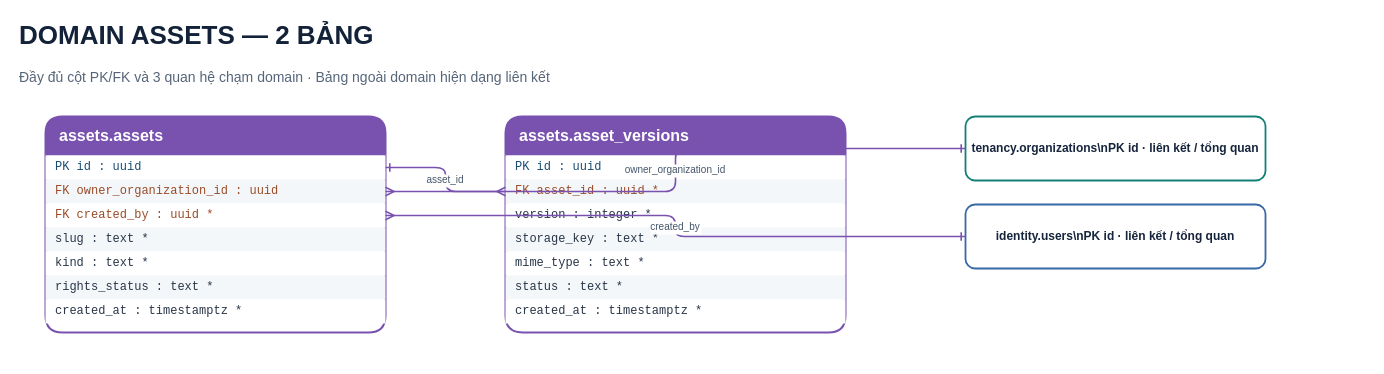
Earlier version of the draw.io diagram page "Domain · assets" (5 of 39) of docs/database/diagrams/Board_Game_Universe_Database_P0_Editable.drawio (quanpl86/Board-Game-Project). Source tidied: cells renumbered, new cells numbered last; positions are measured from the earlier drawing's top-left corner, leaving out a move shared by most shapes. Both pictures are drawn from the tidied source at 100%, with x=0, y=0 at pixel (17, 17).
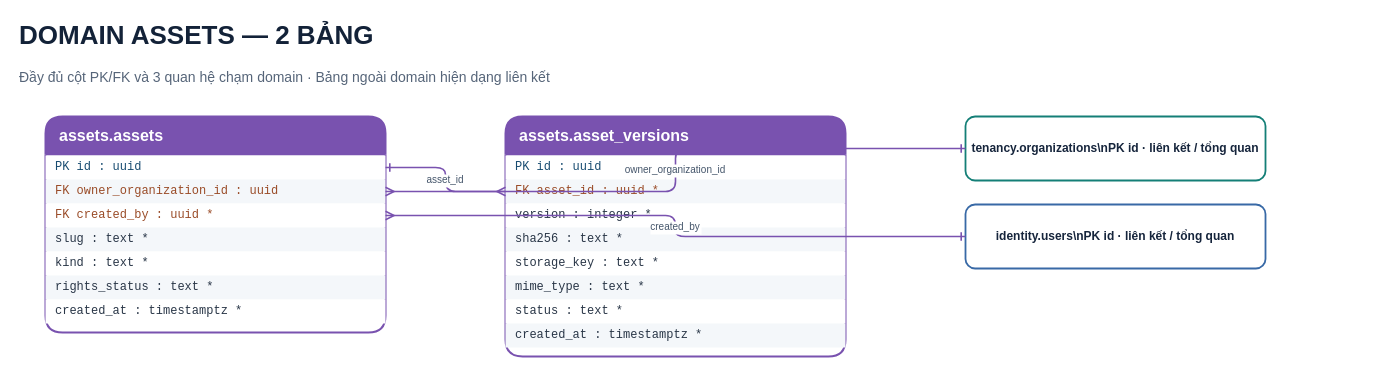
The same diagram, later.

Diff of the diagram source:
```diff
@@
     <mxCell id="12" value="assets.asset_versions" style="swimlane;horizontal=1;startSize=38;rounded=1;whiteSpace=wrap;html=0;fillColor=#7952AF;swimlaneFillColor=#FFFFFF;strokeColor=#7952AF;strokeWidth=2;fontSize=16;fontStyle=1;fontColor=#FFFFFF;align=left;spacingLeft=12;" parent="1" vertex="1">
-      <mxGeometry x="488" y="99" width="340" height="216" as="geometry" />
+      <mxGeometry x="488" y="99" width="340" height="240" as="geometry" />
     </mxCell>
@@
+    <mxCell id="25" value="    sha256 : text *" style="text;html=0;whiteSpace=wrap;overflow=hidden;align=left;verticalAlign=middle;fontFamily=Consolas;fontSize=12;fontColor=#293647;fillColor=#F4F7FA;spacingLeft=8;" parent="12" vertex="1">
+      <mxGeometry y="111" width="340" height="24" as="geometry" />
+    </mxCell>
-    <mxCell id="16" value="    storage_key : text *" style="text;html=0;whiteSpace=wrap;overflow=hidden;align=left;verticalAlign=middle;fontFamily=Consolas;fontSize=12;fontColor=#293647;fillColor=#F4F7FA;spacingLeft=8;" parent="12" vertex="1">
-      <mxGeometry y="111" width="340" height="24" as="geometry" />
+    <mxCell id="16" value="    storage_key : text *" style="text;html=0;whiteSpace=wrap;overflow=hidden;align=left;verticalAlign=middle;fontFamily=Consolas;fontSize=12;fontColor=#293647;fillColor=#FFFFFF;spacingLeft=8;" parent="12" vertex="1">
+      <mxGeometry y="135" width="340" height="24" as="geometry" />
     </mxCell>
-    <mxCell id="17" value="    mime_type : text *" style="text;html=0;whiteSpace=wrap;overflow=hidden;align=left;verticalAlign=middle;fontFamily=Consolas;fontSize=12;fontColor=#293647;fillColor=#FFFFFF;spacingLeft=8;" parent="12" vertex="1">
-      <mxGeometry y="135" width="340" height="24" as="geometry" />
+    <mxCell id="17" value="    mime_type : text *" style="text;html=0;whiteSpace=wrap;overflow=hidden;align=left;verticalAlign=middle;fontFamily=Consolas;fontSize=12;fontColor=#293647;fillColor=#F4F7FA;spacingLeft=8;" parent="12" vertex="1">
+      <mxGeometry y="159" width="340" height="24" as="geometry" />
     </mxCell>
-    <mxCell id="18" value="    status : text *" style="text;html=0;whiteSpace=wrap;overflow=hidden;align=left;verticalAlign=middle;fontFamily=Consolas;fontSize=12;fontColor=#293647;fillColor=#F4F7FA;spacingLeft=8;" parent="12" vertex="1">
-      <mxGeometry y="159" width="340" height="24" as="geometry" />
+    <mxCell id="18" value="    status : text *" style="text;html=0;whiteSpace=wrap;overflow=hidden;align=left;verticalAlign=middle;fontFamily=Consolas;fontSize=12;fontColor=#293647;fillColor=#FFFFFF;spacingLeft=8;" parent="12" vertex="1">
+      <mxGeometry y="183" width="340" height="24" as="geometry" />
     </mxCell>
-    <mxCell id="19" value="    created_at : timestamptz *" style="text;html=0;whiteSpace=wrap;overflow=hidden;align=left;verticalAlign=middle;fontFamily=Consolas;fontSize=12;fontColor=#293647;fillColor=#FFFFFF;spacingLeft=8;" parent="12" vertex="1">
-      <mxGeometry y="183" width="340" height="24" as="geometry" />
+    <mxCell id="19" value="    created_at : timestamptz *" style="text;html=0;whiteSpace=wrap;overflow=hidden;align=left;verticalAlign=middle;fontFamily=Consolas;fontSize=12;fontColor=#293647;fillColor=#F4F7FA;spacingLeft=8;" parent="12" vertex="1">
+      <mxGeometry y="207" width="340" height="24" as="geometry" />
     </mxCell>
```
